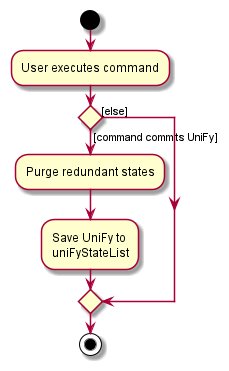
Earlier version of the PlantUML export docs/images/CommitActivityDiagram.png (nus-cs2103-AY2122S1/tp).
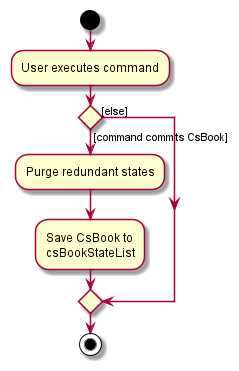
After the commit.

Change to the diagram source:
```diff
@@ -3,10 +3,10 @@
 :User executes command;
 
 
-if () then ([command commits UniFy])
+if () then ([command commits CsBook])
     :Purge redundant states;
-    :Save UniFy to
-    uniFyStateList;
+    :Save CsBook to
+    csBookStateList;
 else ([else])
 endif
 stop
```
